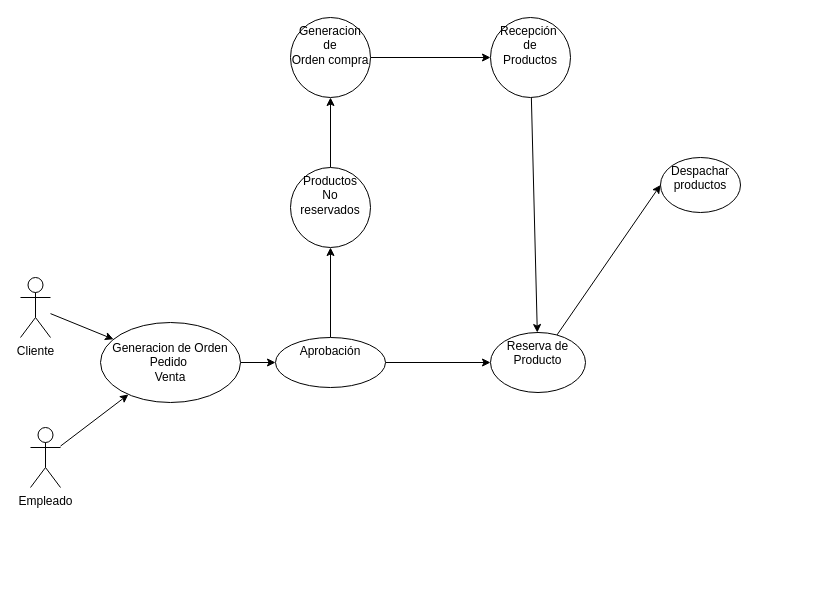
The draw.io diagram Diagrama_OrdenPedidoVenta.drawio in josedtl/Diagrama, before the edit. Source tidied: cells renumbered, new cells numbered last; positions are measured from the earlier drawing's top-left corner, leaving out a move shared by most shapes. Both pictures are drawn from the tidied source at 100%, with x=0, y=0 at pixel (20, 17).
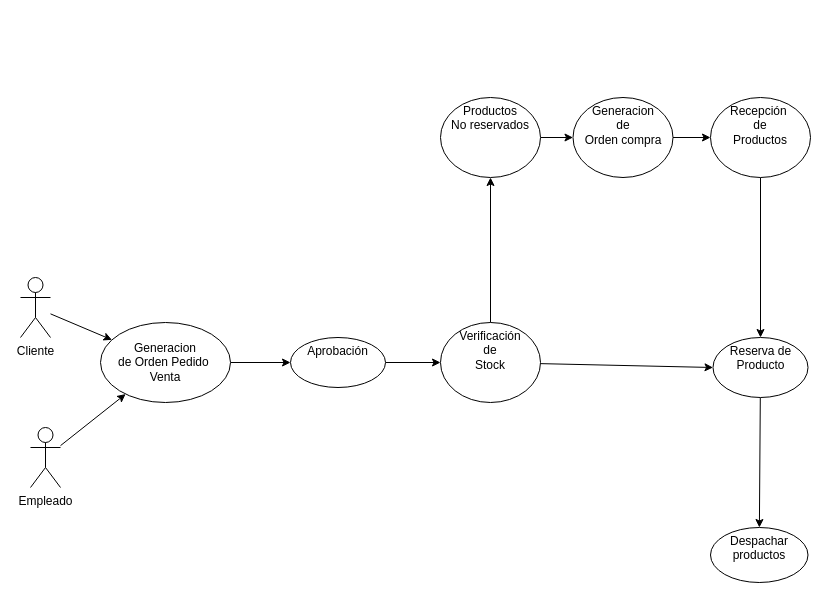
After the change.

Change to the diagram source:
```diff
@@
-    <mxCell id="7" value="Generacion de Orden Pedido&amp;nbsp;&lt;br&gt;Venta" style="ellipse;whiteSpace=wrap;html=1;" parent="1" vertex="1">
-      <mxGeometry x="80" y="305" width="140" height="80" as="geometry" />
+    <mxCell id="7" value="Generacion &lt;br&gt;de Orden Pedido&amp;nbsp;&lt;br&gt;Venta" style="ellipse;whiteSpace=wrap;html=1;" parent="1" vertex="1">
+      <mxGeometry x="80" y="305" width="130" height="80" as="geometry" />
     </mxCell>
-    <mxCell id="8" style="edgeStyle=none;html=1;" parent="1" edge="1" source="10" target="12">
-      <mxGeometry relative="1" as="geometry" />
-    </mxCell>
-    <mxCell id="9" style="edgeStyle=none;html=1;" parent="1" edge="1" source="10" target="15">
-      <mxGeometry relative="1" as="geometry" />
-    </mxCell>
+    <mxCell id="20" style="edgeStyle=none;html=1;" parent="1" edge="1" source="10" target="23">
+      <mxGeometry relative="1" as="geometry" />
+    </mxCell>
     <mxCell id="10" value="Aprobación" style="ellipse;whiteSpace=wrap;html=1;verticalAlign=top;" parent="1" vertex="1">
-      <mxGeometry x="255" y="320" width="110" height="50" as="geometry" />
+      <mxGeometry x="270" y="320" width="95" height="50" as="geometry" />
     </mxCell>
-    <mxCell id="11" style="edgeStyle=none;html=1;entryX=0;entryY=0.5;entryDx=0;entryDy=0;" parent="1" edge="1" source="12" target="13">
+    <mxCell id="11" style="edgeStyle=none;html=1;" parent="1" edge="1" source="12" target="13">
       <mxGeometry relative="1" as="geometry" />
     </mxCell>
     <mxCell id="12" value="Reserva de Producto" style="ellipse;whiteSpace=wrap;html=1;verticalAlign=top;" parent="1" vertex="1">
-      <mxGeometry x="470" y="315" width="95" height="60" as="geometry" />
+      <mxGeometry x="692.5" y="320" width="95" height="60" as="geometry" />
     </mxCell>
     <mxCell id="13" value="Despachar productos" style="ellipse;whiteSpace=wrap;html=1;verticalAlign=top;" parent="1" vertex="1">
-      <mxGeometry x="640" y="140" width="80" height="55" as="geometry" />
+      <mxGeometry x="690" y="510" width="97.5" height="55" as="geometry" />
     </mxCell>
@@
     <mxCell id="15" value="Productos &lt;br&gt;No reservados" style="ellipse;whiteSpace=wrap;html=1;verticalAlign=top;" parent="1" vertex="1">
-      <mxGeometry x="270" y="150" width="80" height="80" as="geometry" />
+      <mxGeometry x="420" y="80" width="100" height="80" as="geometry" />
     </mxCell>
@@
     <mxCell id="17" value="Generacion&lt;br&gt;de&lt;br&gt;Orden compra" style="ellipse;whiteSpace=wrap;html=1;verticalAlign=top;" parent="1" vertex="1">
-      <mxGeometry x="270" width="80" height="80" as="geometry" />
+      <mxGeometry x="552.5" y="80" width="100" height="80" as="geometry" />
     </mxCell>
@@
     <mxCell id="19" value="Recepción&amp;nbsp;&lt;br&gt;de&lt;br&gt;Productos" style="ellipse;whiteSpace=wrap;html=1;verticalAlign=top;" parent="1" vertex="1">
-      <mxGeometry x="470" width="80" height="80" as="geometry" />
+      <mxGeometry x="690" y="80" width="100" height="80" as="geometry" />
     </mxCell>
+    <mxCell id="21" style="edgeStyle=none;html=1;" parent="1" edge="1" source="23" target="15">
+      <mxGeometry relative="1" as="geometry" />
+    </mxCell>
+    <mxCell id="22" style="edgeStyle=none;html=1;entryX=0;entryY=0.5;entryDx=0;entryDy=0;" parent="1" edge="1" source="23" target="12">
+      <mxGeometry relative="1" as="geometry" />
+    </mxCell>
+    <mxCell id="23" value="Verificación&lt;br&gt;de&lt;br&gt;Stock" style="ellipse;whiteSpace=wrap;html=1;verticalAlign=top;" parent="1" vertex="1">
+      <mxGeometry x="420" y="305" width="100" height="80" as="geometry" />
+    </mxCell>
```
